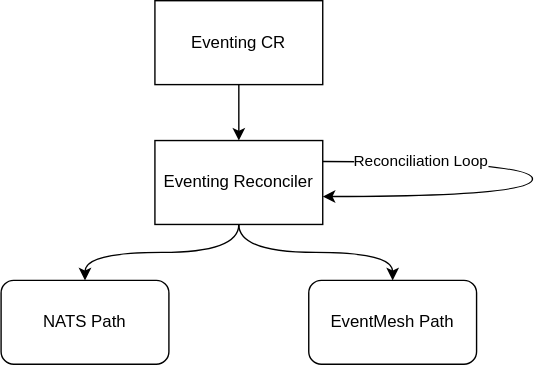
kyma-project/eventing-manager keeps this draw.io diagram as docs/assets/reconcileLoop.svg. Above is the earlier version. Source tidied: cells renumbered, new cells last; positions are measured from the earlier drawing's top-left corner, leaving out a move shared by most shapes. Source of this version:
```xml
<mxGraphModel>
  <root>
    <mxCell id="0" />
    <mxCell id="1" parent="0" />
    <mxCell id="2" style="edgeStyle=orthogonalEdgeStyle;rounded=0;jettySize=auto;html=1;entryX=0.5;entryY=0;entryDx=0;entryDy=0;" parent="1" edge="1" source="3" target="6">
      <mxGeometry relative="1" as="geometry" />
    </mxCell>
    <mxCell id="3" value="Eventing CR" style="rounded=0;whiteSpace=wrap;html=1;" parent="1" vertex="1">
      <mxGeometry x="110" width="120" height="60" as="geometry" />
    </mxCell>
    <mxCell id="4" style="edgeStyle=orthogonalEdgeStyle;rounded=0;jettySize=auto;html=1;entryX=0.5;entryY=0;entryDx=0;entryDy=0;curved=1;" parent="1" edge="1" source="6" target="7">
      <mxGeometry relative="1" as="geometry" />
    </mxCell>
    <mxCell id="5" style="edgeStyle=orthogonalEdgeStyle;rounded=0;jettySize=auto;html=1;entryX=0.5;entryY=0;entryDx=0;entryDy=0;curved=1;" parent="1" edge="1" source="6" target="8">
      <mxGeometry relative="1" as="geometry" />
    </mxCell>
    <mxCell id="6" value="Eventing Reconciler" style="rounded=0;whiteSpace=wrap;html=1;" parent="1" vertex="1">
      <mxGeometry x="110" y="100" width="120" height="60" as="geometry" />
    </mxCell>
    <mxCell id="7" value="NATS Path" style="rounded=1;whiteSpace=wrap;html=1;" parent="1" vertex="1">
      <mxGeometry y="200" width="120" height="60" as="geometry" />
    </mxCell>
    <mxCell id="8" value="EventMesh Path" style="rounded=1;whiteSpace=wrap;html=1;" parent="1" vertex="1">
      <mxGeometry x="220" y="200" width="120" height="60" as="geometry" />
    </mxCell>
    <mxCell id="9" style="edgeStyle=orthogonalEdgeStyle;rounded=0;orthogonalLoop=1;jettySize=auto;html=1;entryX=1;entryY=0.667;entryDx=0;entryDy=0;entryPerimeter=0;curved=1;exitX=1;exitY=0.25;exitDx=0;exitDy=0;" parent="1" edge="1" source="6" target="6">
      <mxGeometry relative="1" as="geometry">
        <Array as="points">
          <mxPoint x="380" y="115" />
          <mxPoint x="380" y="140" />
        </Array>
      </mxGeometry>
    </mxCell>
    <mxCell id="10" value="Reconciliation Loop" style="edgeLabel;html=1;align=center;verticalAlign=middle;" parent="9" vertex="1">
      <mxGeometry x="-0.5" relative="1" as="geometry">
        <mxPoint x="-12" as="offset" />
      </mxGeometry>
    </mxCell>
  </root>
</mxGraphModel>
```
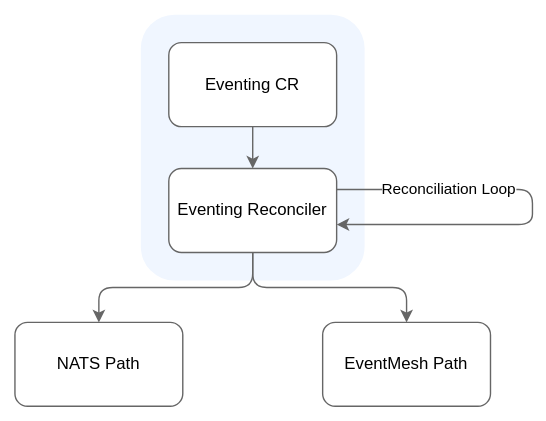
The same file after the commit.

Commit message:
adjust reconcile diagram

What changed in the source:
```diff
@@ -2,38 +2,44 @@
   <root>
     <mxCell id="0" />
     <mxCell id="1" parent="0" />
+    <mxCell id="11" style="whiteSpace=wrap;html=1;strokeColor=none;" parent="1" vertex="1">
+      <mxGeometry x="-10" y="-30" width="390" height="300" as="geometry" />
+    </mxCell>
+    <mxCell id="12" style="whiteSpace=wrap;html=1;strokeColor=none;fillColor=#F0F6FF;rounded=1;" parent="1" vertex="1">
+      <mxGeometry x="90" y="-20" width="160" height="190" as="geometry" />
+    </mxCell>
-    <mxCell id="2" style="edgeStyle=orthogonalEdgeStyle;rounded=0;jettySize=auto;html=1;entryX=0.5;entryY=0;entryDx=0;entryDy=0;" parent="1" edge="1" source="3" target="6">
+    <mxCell id="2" style="edgeStyle=orthogonalEdgeStyle;rounded=1;jettySize=auto;html=1;entryX=0.5;entryY=0;entryDx=0;entryDy=0;strokeColor=#666666;" parent="1" edge="1" source="3" target="6">
       <mxGeometry relative="1" as="geometry" />
     </mxCell>
-    <mxCell id="3" value="Eventing CR" style="rounded=0;whiteSpace=wrap;html=1;" parent="1" vertex="1">
+    <mxCell id="3" value="Eventing CR" style="rounded=1;whiteSpace=wrap;html=1;strokeColor=#666666;" parent="1" vertex="1">
       <mxGeometry x="110" width="120" height="60" as="geometry" />
     </mxCell>
-    <mxCell id="4" style="edgeStyle=orthogonalEdgeStyle;rounded=0;jettySize=auto;html=1;entryX=0.5;entryY=0;entryDx=0;entryDy=0;curved=1;" parent="1" edge="1" source="6" target="7">
+    <mxCell id="4" style="edgeStyle=orthogonalEdgeStyle;rounded=1;jettySize=auto;html=1;entryX=0.5;entryY=0;entryDx=0;entryDy=0;strokeColor=#666666;" parent="1" edge="1" source="6" target="7">
       <mxGeometry relative="1" as="geometry" />
     </mxCell>
-    <mxCell id="5" style="edgeStyle=orthogonalEdgeStyle;rounded=0;jettySize=auto;html=1;entryX=0.5;entryY=0;entryDx=0;entryDy=0;curved=1;" parent="1" edge="1" source="6" target="8">
+    <mxCell id="5" style="edgeStyle=orthogonalEdgeStyle;rounded=1;jettySize=auto;html=1;entryX=0.5;entryY=0;entryDx=0;entryDy=0;strokeColor=#666666;" parent="1" edge="1" source="6" target="8">
       <mxGeometry relative="1" as="geometry" />
     </mxCell>
-    <mxCell id="6" value="Eventing Reconciler" style="rounded=0;whiteSpace=wrap;html=1;" parent="1" vertex="1">
-      <mxGeometry x="110" y="100" width="120" height="60" as="geometry" />
+    <mxCell id="6" value="Eventing Reconciler" style="rounded=1;whiteSpace=wrap;html=1;strokeColor=#666666;" parent="1" vertex="1">
+      <mxGeometry x="110" y="90" width="120" height="60" as="geometry" />
     </mxCell>
-    <mxCell id="7" value="NATS Path" style="rounded=1;whiteSpace=wrap;html=1;" parent="1" vertex="1">
+    <mxCell id="7" value="NATS Path" style="rounded=1;whiteSpace=wrap;html=1;strokeColor=#666666;" parent="1" vertex="1">
       <mxGeometry y="200" width="120" height="60" as="geometry" />
     </mxCell>
-    <mxCell id="8" value="EventMesh Path" style="rounded=1;whiteSpace=wrap;html=1;" parent="1" vertex="1">
+    <mxCell id="8" value="EventMesh Path" style="rounded=1;whiteSpace=wrap;html=1;strokeColor=#666666;" parent="1" vertex="1">
       <mxGeometry x="220" y="200" width="120" height="60" as="geometry" />
     </mxCell>
-    <mxCell id="9" style="edgeStyle=orthogonalEdgeStyle;rounded=0;orthogonalLoop=1;jettySize=auto;html=1;entryX=1;entryY=0.667;entryDx=0;entryDy=0;entryPerimeter=0;curved=1;exitX=1;exitY=0.25;exitDx=0;exitDy=0;" parent="1" edge="1" source="6" target="6">
+    <mxCell id="9" style="edgeStyle=orthogonalEdgeStyle;rounded=1;orthogonalLoop=1;jettySize=auto;html=1;entryX=1;entryY=0.667;entryDx=0;entryDy=0;entryPerimeter=0;exitX=1;exitY=0.25;exitDx=0;exitDy=0;strokeColor=#666666;" parent="1" edge="1" source="6" target="6">
       <mxGeometry relative="1" as="geometry">
         <Array as="points">
-          <mxPoint x="380" y="115" />
-          <mxPoint x="380" y="140" />
+          <mxPoint x="370" y="105" />
+          <mxPoint x="370" y="130" />
         </Array>
       </mxGeometry>
     </mxCell>
     <mxCell id="10" value="Reconciliation Loop" style="edgeLabel;html=1;align=center;verticalAlign=middle;" parent="9" vertex="1">
       <mxGeometry x="-0.5" relative="1" as="geometry">
-        <mxPoint x="-12" as="offset" />
+        <mxPoint x="3" as="offset" />
       </mxGeometry>
     </mxCell>
   </root>
```
